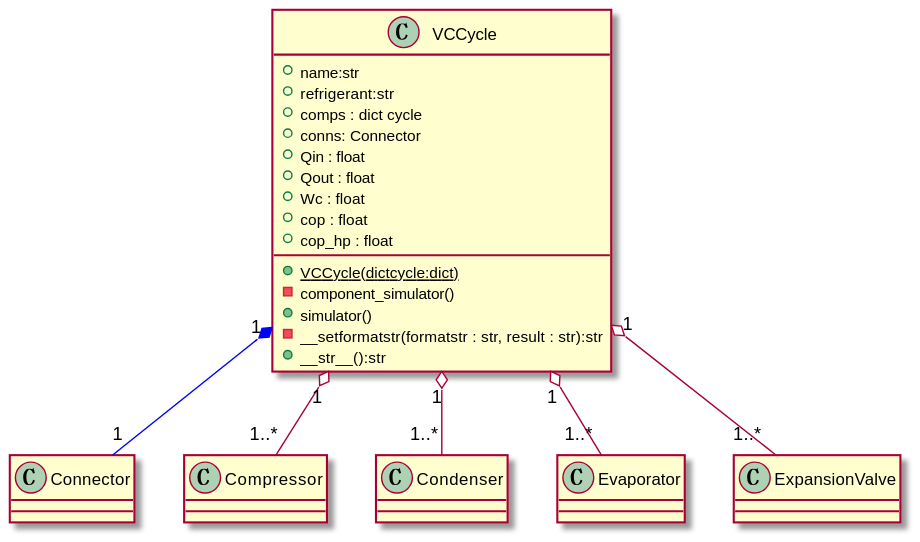
The PlantUML diagram doc/uml/img/vccycle-components-connector.svg in thermalogic/SimVCCE, before a commit.
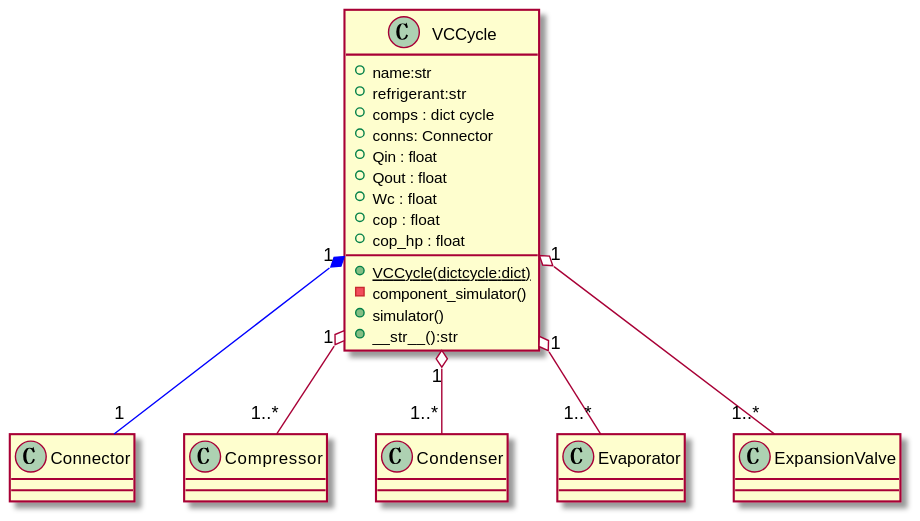
After the commit.

What changed in the source:
```diff
@@ -12,7 +12,6 @@
        + {static} VCCycle(dictcycle:dict)
        - component_simulator()
        + simulator()
-       - __setformatstr(formatstr : str, result : str):str
        + __str__():str
  }
 VCCycle "1" *-[#blue]- "1" Connector
```
